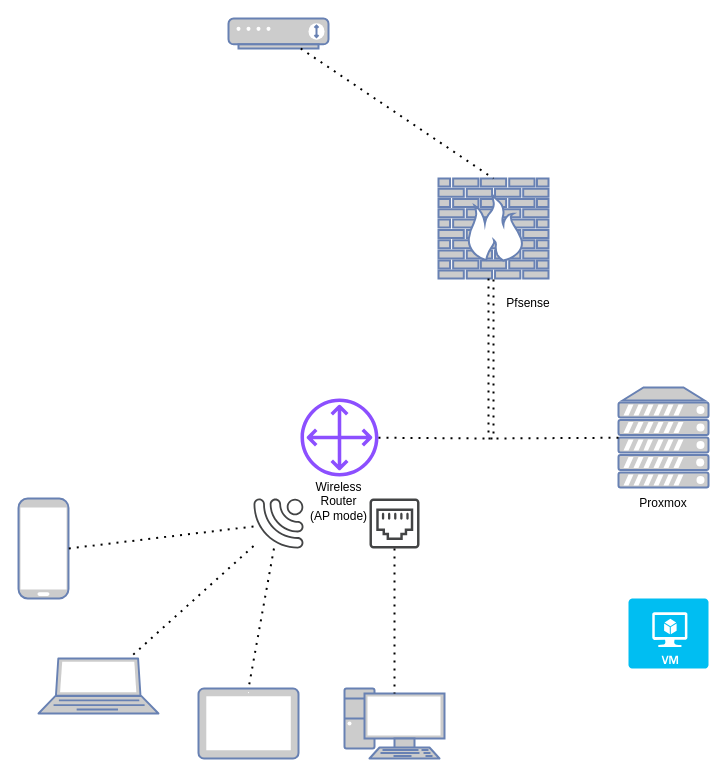
Before: asdf.drawio in sudo-echo-jin/diagram, a draw.io diagram. Source tidied: cells renumbered, new cells numbered last; positions are measured from the earlier drawing's top-left corner, leaving out a move shared by most shapes. Both pictures are drawn from the tidied source at 100%, with x=0, y=0 at pixel (18, 18).
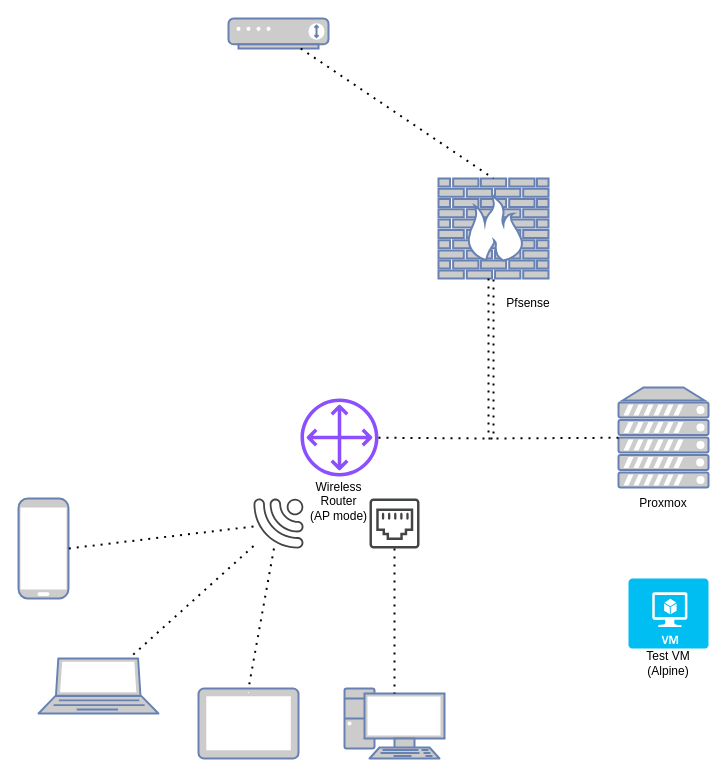
The same diagram, later.

Change to the diagram source:
```diff
@@
-    <mxCell id="12" style="verticalLabelPosition=bottom;html=1;verticalAlign=top;align=center;strokeColor=none;fillColor=#00BEF2;shape=mxgraph.azure.virtual_machine;" parent="1" vertex="1">
-      <mxGeometry x="610" y="580" width="80" height="70" as="geometry" />
-    </mxCell>
@@
+    <mxCell id="23" style="group;" parent="1" vertex="1">
+      <mxGeometry x="610" y="560" width="80" height="100" as="geometry" />
+    </mxCell>
+    <mxCell id="12" style="verticalLabelPosition=bottom;html=1;verticalAlign=top;align=center;strokeColor=none;fillColor=#00BEF2;shape=mxgraph.azure.virtual_machine;" parent="23" vertex="1">
+      <mxGeometry width="80" height="70" as="geometry" />
+    </mxCell>
+    <mxCell id="24" value="Test VM (Alpine)" style="text;html=1;align=center;verticalAlign=middle;whiteSpace=wrap;rounded=0;" parent="23" vertex="1">
+      <mxGeometry x="10" y="70" width="60" height="30" as="geometry" />
+    </mxCell>
```
